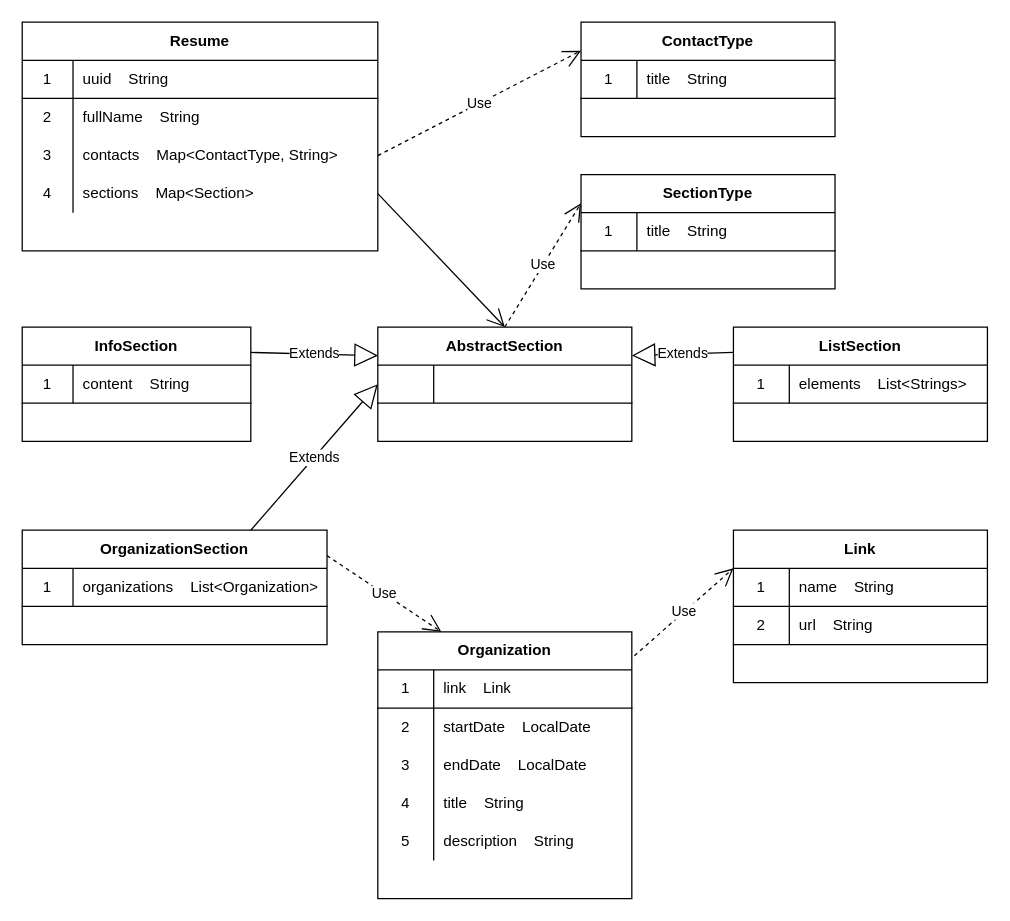
Earlier version of the draw.io diagram src/schema/resume.drawio (kombojiec/basejava). Source tidied: cells renumbered, new cells numbered last; positions are measured from the earlier drawing's top-left corner, leaving out a move shared by most shapes. Both pictures are drawn from the tidied source at 127%, with x=0, y=0 at pixel (22, 22).
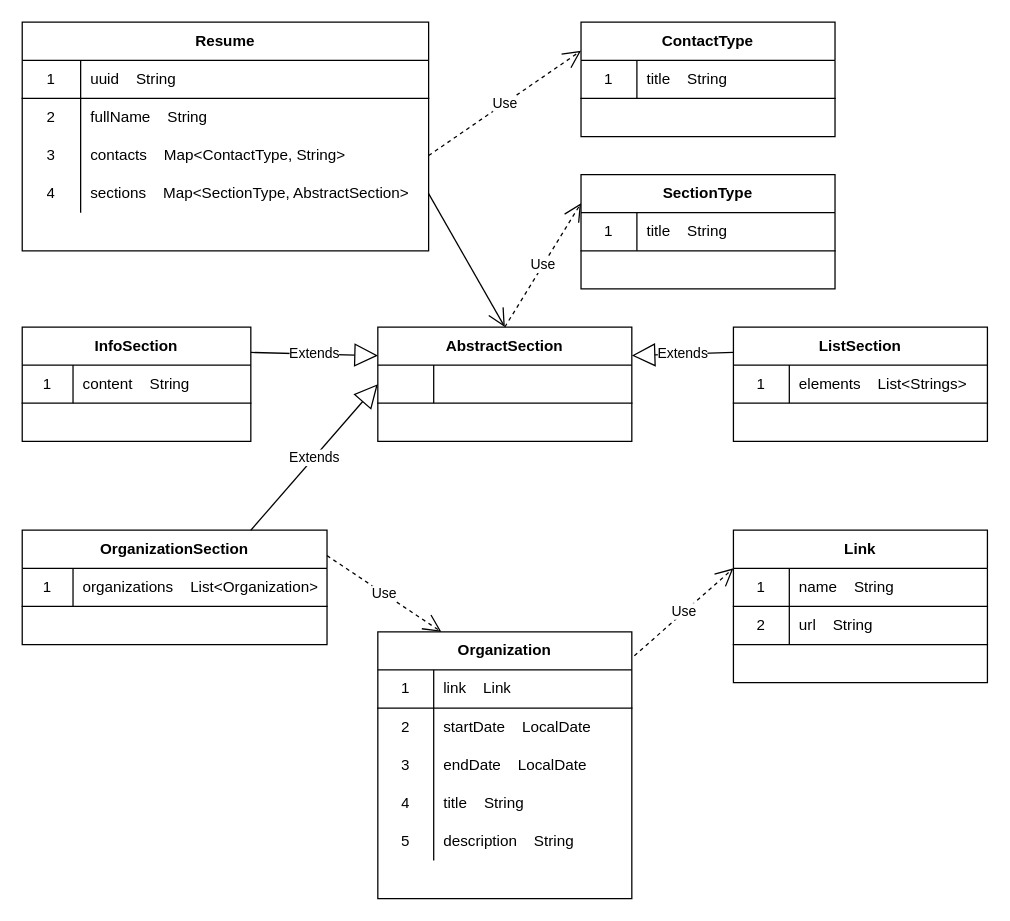
Above is the later version.

Commit message (it also covers changes not shown here):
master(hotfix): refact after review hw7. Create AbstractStorageTest, refact Resume on composition with maps

The edit, as a diff of the source:
```diff
@@
     <mxCell id="2" value="Resume" style="shape=table;html=1;whiteSpace=wrap;startSize=30;childLayout=tableLayout;rowLines=0;fontStyle=1;align=center;" parent="1" vertex="1">
-      <mxGeometry width="280" height="180" as="geometry" />
+      <mxGeometry width="320" height="180" as="geometry" />
     </mxCell>
     <mxCell id="3" style="shape=partialRectangle;html=1;whiteSpace=wrap;fillColor=none;top=0;left=0;bottom=1;right=0;" parent="2" vertex="1">
-      <mxGeometry y="30" width="280" height="30" as="geometry" />
+      <mxGeometry y="30" width="320" height="30" as="geometry" />
     </mxCell>
     <mxCell id="4" value="1" style="shape=partialRectangle;html=1;whiteSpace=wrap;fillColor=none;top=0;left=0;bottom=0;right=0;overflow=hidden;" parent="3" vertex="1">
-      <mxGeometry width="40" height="30" as="geometry" />
+      <mxGeometry width="46" height="30" as="geometry" />
     </mxCell>
     <mxCell id="5" value="uuid&amp;nbsp; &amp;nbsp; String" style="shape=partialRectangle;html=1;whiteSpace=wrap;fillColor=none;top=0;left=0;bottom=0;right=0;align=left;spacingLeft=6;overflow=hidden;" parent="3" vertex="1">
-      <mxGeometry x="40" width="240" height="30" as="geometry" />
+      <mxGeometry x="46" width="274" height="30" as="geometry" />
     </mxCell>
     <mxCell id="6" style="shape=partialRectangle;html=1;whiteSpace=wrap;fillColor=none;top=0;left=0;bottom=0;right=0;" parent="2" vertex="1">
-      <mxGeometry y="60" width="280" height="30" as="geometry" />
+      <mxGeometry y="60" width="320" height="30" as="geometry" />
     </mxCell>
     <mxCell id="7" value="2" style="shape=partialRectangle;html=1;whiteSpace=wrap;fillColor=none;top=0;left=0;bottom=0;right=0;overflow=hidden;" parent="6" vertex="1">
-      <mxGeometry width="40" height="30" as="geometry" />
+      <mxGeometry width="46" height="30" as="geometry" />
     </mxCell>
     <mxCell id="8" value="fullName&amp;nbsp; &amp;nbsp; String" style="shape=partialRectangle;html=1;whiteSpace=wrap;fillColor=none;top=0;left=0;bottom=0;right=0;align=left;spacingLeft=6;overflow=hidden;" parent="6" vertex="1">
-      <mxGeometry x="40" width="240" height="30" as="geometry" />
+      <mxGeometry x="46" width="274" height="30" as="geometry" />
     </mxCell>
     <mxCell id="9" style="shape=partialRectangle;html=1;whiteSpace=wrap;fillColor=none;top=0;left=0;bottom=0;right=0;points=[[0,0.5],[1,0.5]];portConstraint=eastwest;" parent="2" vertex="1">
-      <mxGeometry y="90" width="280" height="30" as="geometry" />
+      <mxGeometry y="90" width="320" height="30" as="geometry" />
     </mxCell>
     <mxCell id="10" value="3" style="shape=partialRectangle;html=1;whiteSpace=wrap;fillColor=none;top=0;left=0;bottom=0;right=0;overflow=hidden;" parent="9" vertex="1">
-      <mxGeometry width="40" height="30" as="geometry" />
+      <mxGeometry width="46" height="30" as="geometry" />
     </mxCell>
     <mxCell id="11" value="contacts&amp;nbsp; &amp;nbsp; Map&amp;lt;ContactType, String&amp;gt;" style="shape=partialRectangle;html=1;whiteSpace=wrap;fillColor=none;top=0;left=0;bottom=0;right=0;align=left;spacingLeft=6;overflow=hidden;" parent="9" vertex="1">
-      <mxGeometry x="40" width="240" height="30" as="geometry" />
+      <mxGeometry x="46" width="274" height="30" as="geometry" />
     </mxCell>
     <mxCell id="12" style="shape=partialRectangle;html=1;whiteSpace=wrap;fillColor=none;top=0;left=0;bottom=0;right=0;points=[[0,0.5],[1,0.5]];portConstraint=eastwest;" parent="2" vertex="1">
-      <mxGeometry y="120" width="280" height="30" as="geometry" />
+      <mxGeometry y="120" width="320" height="30" as="geometry" />
     </mxCell>
     <mxCell id="13" value="4" style="shape=partialRectangle;html=1;whiteSpace=wrap;fillColor=none;top=0;left=0;bottom=0;right=0;overflow=hidden;" parent="12" vertex="1">
-      <mxGeometry width="40" height="30" as="geometry" />
+      <mxGeometry width="46" height="30" as="geometry" />
     </mxCell>
-    <mxCell id="14" value="sections&amp;nbsp; &amp;nbsp; Map&amp;lt;Section&amp;gt;" style="shape=partialRectangle;html=1;whiteSpace=wrap;fillColor=none;top=0;left=0;bottom=0;right=0;align=left;spacingLeft=6;overflow=hidden;" parent="12" vertex="1">
-      <mxGeometry x="40" width="240" height="30" as="geometry" />
+    <mxCell id="14" value="sections&amp;nbsp; &amp;nbsp; Map&amp;lt;SectionType, AbstractSection&amp;gt;" style="shape=partialRectangle;html=1;whiteSpace=wrap;fillColor=none;top=0;left=0;bottom=0;right=0;align=left;spacingLeft=6;overflow=hidden;" parent="12" vertex="1">
+      <mxGeometry x="46" width="274" height="30" as="geometry" />
     </mxCell>
```
